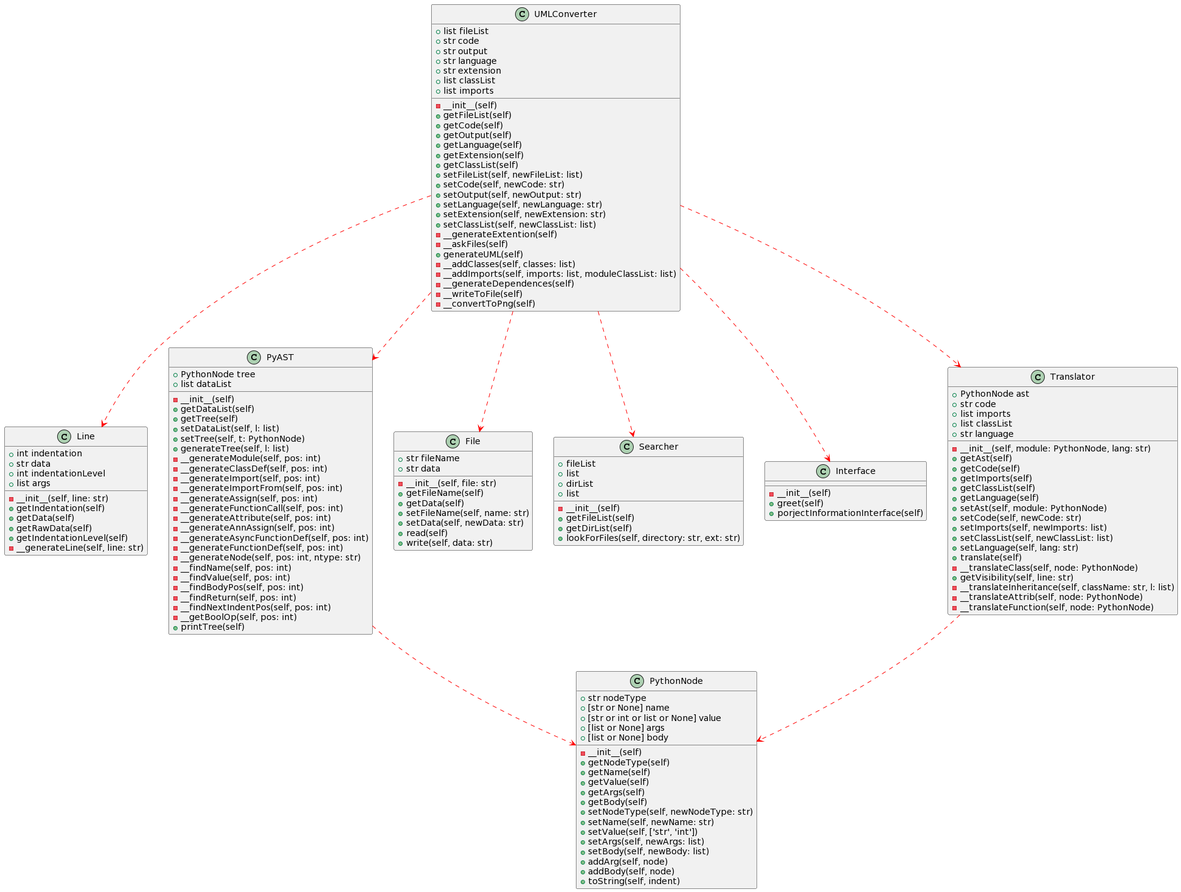
The PlantUML diagram outputs/projectUML.png in AdrianEpi/UMLConverter, before a commit.
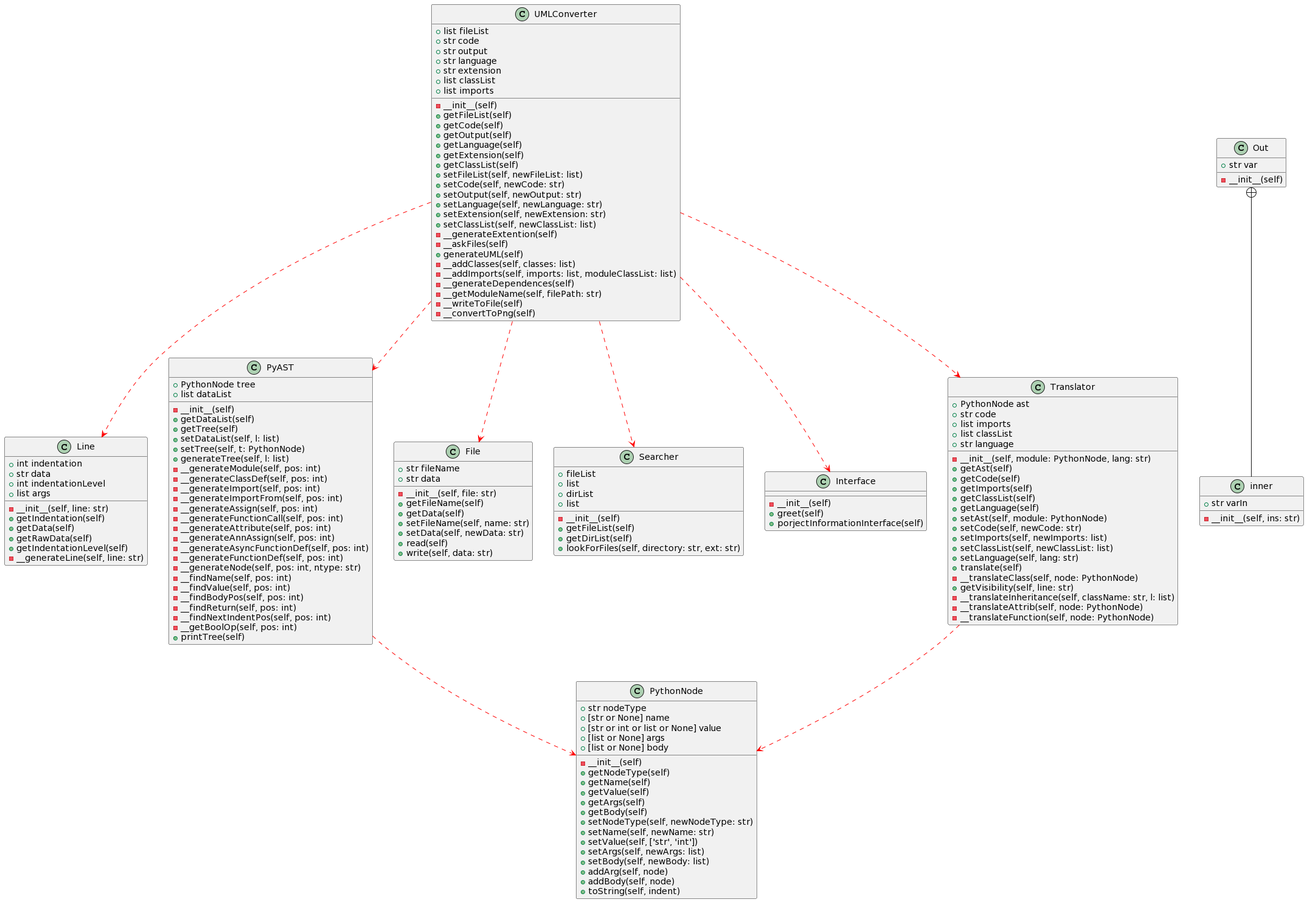
Above is the later version.

Commit message:
Packages and internal class

Diff of the diagram source:
```diff
@@ -144,9 +144,22 @@
     - __addClasses(self, classes: list)
     - __addImports(self, imports: list, moduleClassList: list)
     - __generateDependences(self)
+    - __getModuleName(self, filePath: str)
     - __writeToFile(self)
     - __convertToPng(self)
 }
+
+class Out {
+    + str var
+    - __init__(self)
+}
+
+class inner {
+    + str varIn
+    - __init__(self, ins: str)
+}
+
+Out +-- inner
 
 PyAST --> PythonNode #red;line.dashed
 Translator --> PythonNode #red;line.dashed
```
